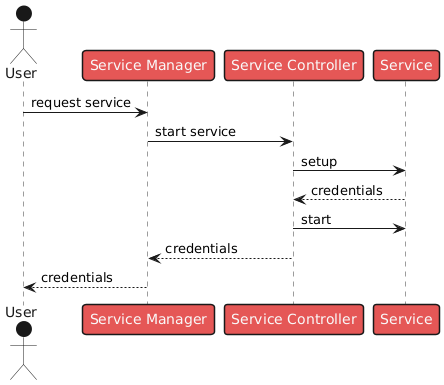
Above: doc/img/Seq-Service-Start.png in Blockchain-Data-Analytics/BCA-Service-Tokenization (PlantUML), before the change.
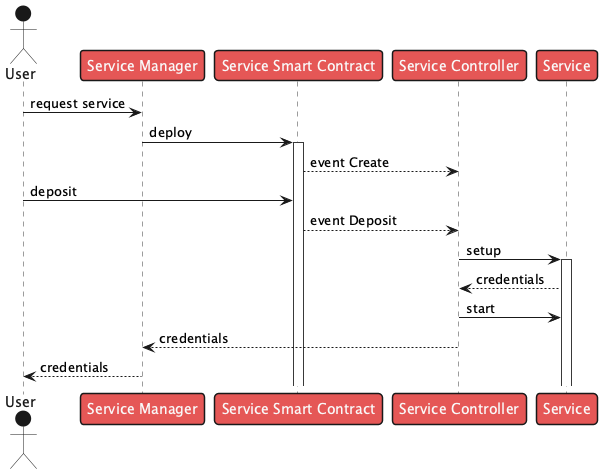
The same file after the commit.

Diff of the diagram source:
```diff
@@ -6,14 +6,22 @@
 
 actor "User" as user order 1
 participant "Service Manager" as sm order 2
-participant "Service Controller" as sc order 3
-participant "Service" as sv order 4
+participant "Service Smart Contract" as co order 3
+participant "Service Controller" as sc order 4
+participant "Service" as sv order 5
 
 user -> sm : request service
 
-sm -> sc : start service
+sm -> co : deploy
+activate co
 
+co --> sc : event Create
+
+user -> co : deposit
+
+co --> sc : event Deposit
 sc -> sv : setup
+activate sv
 sc <-- sv : credentials
 sc -> sv : start
 
```
